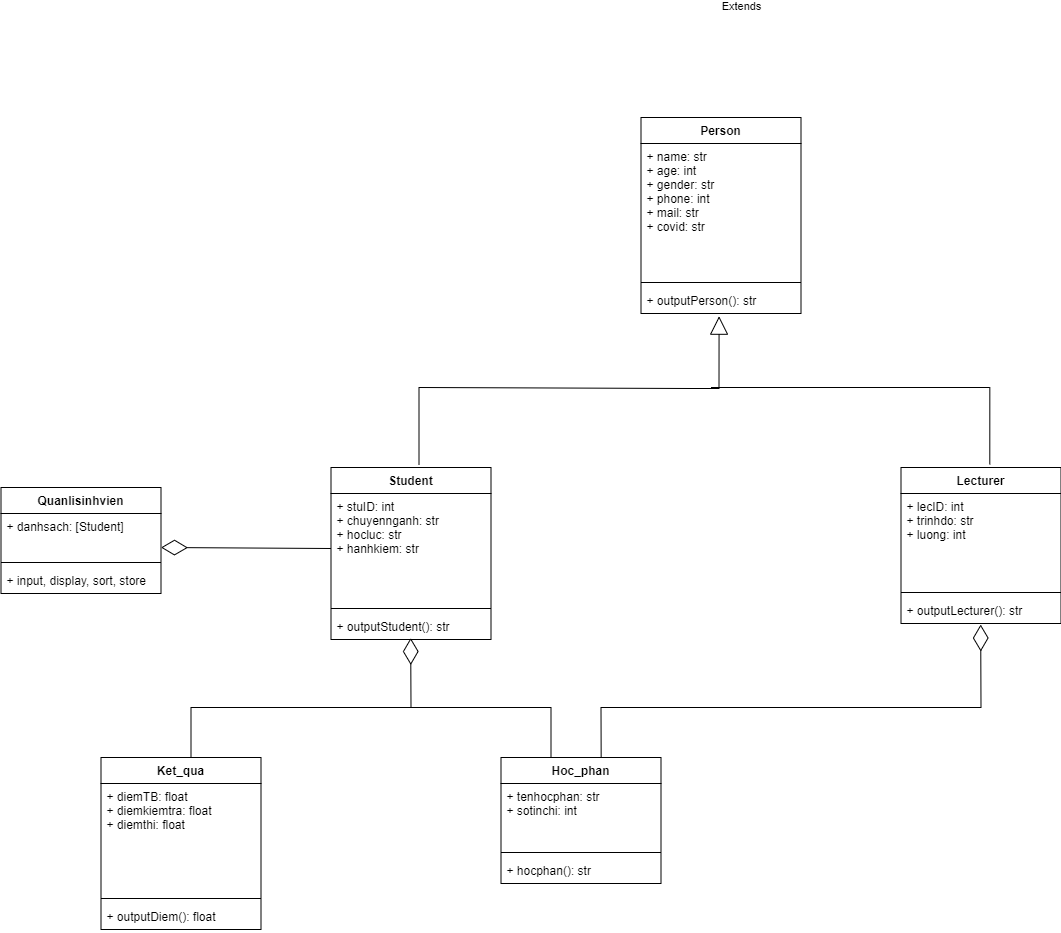
This is UML đồ án.drawio.png from hoangnuthuphuong/PYTHON_1, a draw.io export, as it was before one commit. Source tidied: cells renumbered, new cells last; positions are measured from the earlier drawing's top-left corner, leaving out a move shared by most shapes.
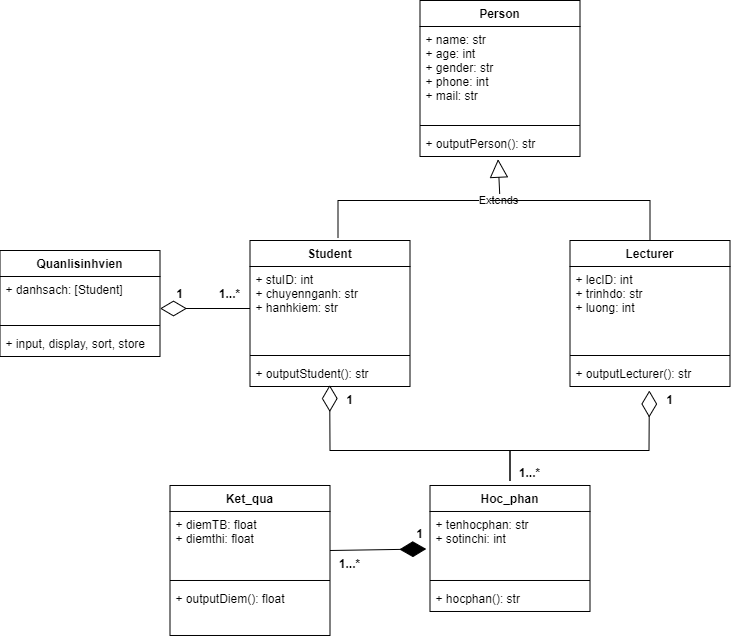
After the commit.

What changed in the source:
```diff
@@ -3,85 +3,69 @@
     <mxCell id="0" style="html=1;" />
     <mxCell id="1" style="html=1;" parent="0" />
     <mxCell id="2" value="Student" style="swimlane;fontStyle=1;align=center;verticalAlign=top;horizontal=1;startSize=26;" parent="1" vertex="1">
-      <mxGeometry x="330" y="350" width="160" height="172" as="geometry" />
+      <mxGeometry x="440" y="330" width="160" height="146" as="geometry" />
     </mxCell>
-    <mxCell id="3" value="+ stuID: int&#10;+ chuyennganh: str&#10;+ hocluc: str&#10;+ hanhkiem: str&#10;" style="text;strokeColor=none;fillColor=none;align=left;verticalAlign=top;spacingLeft=4;spacingRight=4;overflow=hidden;points=[[0,0.5],[1,0.5]];portConstraint=eastwest;" parent="2" vertex="1">
-      <mxGeometry y="26" width="160" height="110" as="geometry" />
+    <mxCell id="3" value="+ stuID: int&#10;+ chuyennganh: str&#10;+ hanhkiem: str" style="text;strokeColor=none;fillColor=none;align=left;verticalAlign=top;spacingLeft=4;spacingRight=4;overflow=hidden;points=[[0,0.5],[1,0.5]];portConstraint=eastwest;" parent="2" vertex="1">
+      <mxGeometry y="26" width="160" height="84" as="geometry" />
     </mxCell>
     <mxCell id="4" style="line;strokeWidth=1;fillColor=none;align=left;verticalAlign=middle;spacingTop=-1;spacingLeft=3;spacingRight=3;labelPosition=right;" parent="2" vertex="1">
-      <mxGeometry y="136" width="160" height="10" as="geometry" />
+      <mxGeometry y="110" width="160" height="10" as="geometry" />
     </mxCell>
     <mxCell id="5" value="+ outputStudent(): str" style="text;strokeColor=none;fillColor=none;align=left;verticalAlign=top;spacingLeft=4;spacingRight=4;overflow=hidden;points=[[0,0.5],[1,0.5]];portConstraint=eastwest;" parent="2" vertex="1">
-      <mxGeometry y="146" width="160" height="26" as="geometry" />
+      <mxGeometry y="120" width="160" height="26" as="geometry" />
     </mxCell>
     <mxCell id="6" value="Lecturer" style="swimlane;fontStyle=1;align=center;verticalAlign=top;horizontal=1;startSize=26;" parent="1" vertex="1">
-      <mxGeometry x="900" y="350" width="160" height="156" as="geometry" />
+      <mxGeometry x="760" y="330" width="160" height="146" as="geometry" />
     </mxCell>
     <mxCell id="7" value="+ lecID: int&#10;+ trinhdo: str&#10;+ luong: int&#10;" style="text;strokeColor=none;fillColor=none;align=left;verticalAlign=top;spacingLeft=4;spacingRight=4;overflow=hidden;" parent="6" vertex="1">
-      <mxGeometry y="26" width="160" height="94" as="geometry" />
+      <mxGeometry y="26" width="160" height="84" as="geometry" />
     </mxCell>
     <mxCell id="8" style="line;strokeWidth=1;fillColor=none;align=left;verticalAlign=middle;spacingTop=-1;spacingLeft=3;spacingRight=3;labelPosition=right;" parent="6" vertex="1">
-      <mxGeometry y="120" width="160" height="10" as="geometry" />
+      <mxGeometry y="110" width="160" height="10" as="geometry" />
     </mxCell>
     <mxCell id="9" value="+ outputLecturer(): str" style="text;strokeColor=none;fillColor=none;align=left;verticalAlign=top;spacingLeft=4;spacingRight=4;overflow=hidden;points=[[0,0.5],[1,0.5]];portConstraint=eastwest;" parent="6" vertex="1">
-      <mxGeometry y="130" width="160" height="26" as="geometry" />
+      <mxGeometry y="120" width="160" height="26" as="geometry" />
     </mxCell>
     <mxCell id="10" value="Person" style="swimlane;fontStyle=1;align=center;verticalAlign=top;horizontal=1;startSize=26;" parent="1" vertex="1">
-      <mxGeometry x="640" width="160" height="196" as="geometry" />
+      <mxGeometry x="610" y="90" width="160" height="156" as="geometry" />
     </mxCell>
-    <mxCell id="11" value="+ name: str&#10;+ age: int&#10;+ gender: str&#10;+ phone: int&#10;+ mail: str&#10;+ covid: str&#10;" style="text;strokeColor=none;fillColor=none;align=left;verticalAlign=top;spacingLeft=4;spacingRight=4;overflow=hidden;" parent="10" vertex="1">
-      <mxGeometry y="26" width="160" height="134" as="geometry" />
+    <mxCell id="11" value="+ name: str&#10;+ age: int&#10;+ gender: str&#10;+ phone: int&#10;+ mail: str&#10;" style="text;strokeColor=none;fillColor=none;align=left;verticalAlign=top;spacingLeft=4;spacingRight=4;overflow=hidden;" parent="10" vertex="1">
+      <mxGeometry y="26" width="160" height="94" as="geometry" />
     </mxCell>
     <mxCell id="12" style="line;strokeWidth=1;fillColor=none;align=left;verticalAlign=middle;spacingTop=-1;spacingLeft=3;spacingRight=3;labelPosition=right;" parent="10" vertex="1">
-      <mxGeometry y="160" width="160" height="10" as="geometry" />
+      <mxGeometry y="120" width="160" height="10" as="geometry" />
     </mxCell>
     <mxCell id="13" value="+ outputPerson(): str" style="text;strokeColor=none;fillColor=none;align=left;verticalAlign=top;spacingLeft=4;spacingRight=4;overflow=hidden;points=[[0,0.5],[1,0.5]];portConstraint=eastwest;" parent="10" vertex="1">
-      <mxGeometry y="170" width="160" height="26" as="geometry" />
+      <mxGeometry y="130" width="160" height="26" as="geometry" />
     </mxCell>
     <mxCell id="14" value="Extends" style="endArrow=block;endSize=16;endFill=0;html=1;rounded=0;entryX=0.488;entryY=1.103;entryDx=0;entryDy=0;entryPerimeter=0;exitX=0.55;exitY=-0.017;exitDx=0;exitDy=0;exitPerimeter=0;" parent="1" edge="1" source="2" target="13">
-      <mxGeometry x="1" y="-309" relative="1" as="geometry">
+      <mxGeometry x="0.64" relative="1" as="geometry">
         <Array as="points">
-          <mxPoint x="418" y="270" />
-          <mxPoint x="690" y="271" />
-          <mxPoint x="718" y="271" />
+          <mxPoint x="528" y="290" />
+          <mxPoint x="690" y="290" />
         </Array>
-        <mxPoint x="-287" y="-310" as="offset" />
       </mxGeometry>
     </mxCell>
-    <mxCell id="15" style="endArrow=none;html=1;edgeStyle=orthogonalEdgeStyle;rounded=0;entryX=0.555;entryY=-0.02;entryDx=0;entryDy=0;entryPerimeter=0;" parent="1" edge="1" target="6">
+    <mxCell id="15" style="endArrow=none;html=1;edgeStyle=orthogonalEdgeStyle;rounded=0;entryX=0.5;entryY=0;entryDx=0;entryDy=0;" parent="1" edge="1" target="6">
       <mxGeometry relative="1" as="geometry">
-        <mxPoint x="710" y="270" as="sourcePoint" />
+        <mxPoint x="680" y="290" as="sourcePoint" />
+        <Array as="points">
+          <mxPoint x="840" y="290" />
+        </Array>
       </mxGeometry>
     </mxCell>
-    <mxCell id="16" style="endArrow=none;html=1;rounded=0;" parent="1" edge="1">
-      <mxGeometry relative="1" as="geometry">
-        <mxPoint x="190" y="640" as="sourcePoint" />
-        <mxPoint x="410" y="590" as="targetPoint" />
-        <Array as="points">
-          <mxPoint x="190" y="590" />
-        </Array>
-      </mxGeometry>
-    </mxCell>
     <mxCell id="17" style="endArrow=diamondThin;endFill=0;endSize=24;html=1;rounded=0;entryX=0.498;entryY=0.943;entryDx=0;entryDy=0;entryPerimeter=0;" parent="1" edge="1" target="5">
       <mxGeometry relative="1" as="geometry">
-        <mxPoint x="550" y="640" as="sourcePoint" />
+        <mxPoint x="700" y="570" as="sourcePoint" />
         <Array as="points">
-          <mxPoint x="550" y="590" />
-          <mxPoint x="410" y="590" />
+          <mxPoint x="700" y="570" />
+          <mxPoint x="700" y="540" />
+          <mxPoint x="520" y="540" />
         </Array>
       </mxGeometry>
     </mxCell>
-    <mxCell id="18" style="endArrow=diamondThin;endFill=0;endSize=24;html=1;rounded=0;entryX=0.498;entryY=1.039;entryDx=0;entryDy=0;entryPerimeter=0;exitX=0.626;exitY=0.006;exitDx=0;exitDy=0;exitPerimeter=0;" parent="1" edge="1" source="19" target="9">
-      <mxGeometry relative="1" as="geometry">
-        <Array as="points">
-          <mxPoint x="600" y="590" />
-          <mxPoint x="860" y="590" />
-          <mxPoint x="980" y="590" />
-        </Array>
-      </mxGeometry>
-    </mxCell>
     <mxCell id="19" value="Hoc_phan" style="swimlane;fontStyle=1;align=center;verticalAlign=top;horizontal=1;startSize=26;" parent="1" vertex="1">
-      <mxGeometry x="500" y="640" width="160" height="126" as="geometry" />
+      <mxGeometry x="620" y="575" width="160" height="126" as="geometry" />
     </mxCell>
     <mxCell id="20" value="+ tenhocphan: str&#10;+ sotinchi: int" style="text;strokeColor=none;fillColor=none;align=left;verticalAlign=top;spacingLeft=4;spacingRight=4;overflow=hidden;points=[[0,0.5],[1,0.5]];portConstraint=eastwest;" parent="19" vertex="1">
       <mxGeometry y="26" width="160" height="64" as="geometry" />
@@ -93,7 +77,7 @@
       <mxGeometry y="100" width="160" height="26" as="geometry" />
     </mxCell>
     <mxCell id="23" value="Quanlisinhvien" style="swimlane;fontStyle=1;align=center;verticalAlign=top;horizontal=1;startSize=26;" parent="1" vertex="1">
-      <mxGeometry y="370" width="160" height="106" as="geometry" />
+      <mxGeometry x="190" y="340" width="160" height="106" as="geometry" />
     </mxCell>
     <mxCell id="24" value="+ danhsach: [Student]" style="text;strokeColor=none;fillColor=none;align=left;verticalAlign=top;spacingLeft=4;spacingRight=4;overflow=hidden;" parent="23" vertex="1">
       <mxGeometry y="26" width="160" height="44" as="geometry" />
@@ -106,20 +90,55 @@
     </mxCell>
     <mxCell id="27" style="endArrow=diamondThin;endFill=0;endSize=24;html=1;rounded=0;exitX=0;exitY=0.5;exitDx=0;exitDy=0;" parent="1" edge="1" source="3">
       <mxGeometry relative="1" as="geometry">
-        <mxPoint x="160" y="430" as="targetPoint" />
+        <mxPoint x="350" y="398" as="targetPoint" />
       </mxGeometry>
     </mxCell>
     <mxCell id="28" value="Ket_qua" style="swimlane;fontStyle=1;align=center;verticalAlign=top;horizontal=1;startSize=26;" parent="1" vertex="1">
-      <mxGeometry x="100" y="640" width="160" height="172" as="geometry" />
+      <mxGeometry x="360" y="575" width="160" height="150" as="geometry" />
     </mxCell>
-    <mxCell id="29" value="+ diemTB: float&#10;+ diemkiemtra: float&#10;+ diemthi: float" style="text;strokeColor=none;fillColor=none;align=left;verticalAlign=top;spacingLeft=4;spacingRight=4;overflow=hidden;" parent="28" vertex="1">
-      <mxGeometry y="26" width="160" height="110" as="geometry" />
+    <mxCell id="29" value="+ diemTB: float&#10;+ diemthi: float&#10;" style="text;strokeColor=none;fillColor=none;align=left;verticalAlign=top;spacingLeft=4;spacingRight=4;overflow=hidden;" parent="28" vertex="1">
+      <mxGeometry y="26" width="160" height="64" as="geometry" />
     </mxCell>
     <mxCell id="30" style="line;strokeWidth=1;fillColor=none;align=left;verticalAlign=middle;spacingTop=-1;spacingLeft=3;spacingRight=3;labelPosition=right;" parent="28" vertex="1">
-      <mxGeometry y="136" width="160" height="10" as="geometry" />
+      <mxGeometry y="90" width="160" height="10" as="geometry" />
     </mxCell>
     <mxCell id="31" value="+ outputDiem(): float" style="text;strokeColor=none;fillColor=none;align=left;verticalAlign=top;spacingLeft=4;spacingRight=4;overflow=hidden;" parent="28" vertex="1">
-      <mxGeometry y="146" width="160" height="26" as="geometry" />
+      <mxGeometry y="100" width="160" height="50" as="geometry" />
     </mxCell>
+    <mxCell id="32" style="endArrow=diamondThin;endFill=0;endSize=24;html=1;rounded=0;entryX=0.496;entryY=1.154;entryDx=0;entryDy=0;entryPerimeter=0;" parent="1" edge="1" target="9">
+      <mxGeometry relative="1" as="geometry">
+        <mxPoint x="700" y="570" as="sourcePoint" />
+        <Array as="points">
+          <mxPoint x="700" y="540" />
+          <mxPoint x="839" y="540" />
+        </Array>
+      </mxGeometry>
+    </mxCell>
+    <mxCell id="33" style="endArrow=diamondThin;endFill=1;endSize=24;html=1;rounded=0;entryX=-0.023;entryY=0.586;entryDx=0;entryDy=0;entryPerimeter=0;" parent="1" edge="1" target="20">
+      <mxGeometry relative="1" as="geometry">
+        <mxPoint x="520" y="640" as="sourcePoint" />
+      </mxGeometry>
+    </mxCell>
+    <mxCell id="34" value="1" style="text;align=center;fontStyle=1;verticalAlign=middle;spacingLeft=3;spacingRight=3;strokeColor=none;" parent="1" vertex="1">
+      <mxGeometry x="500" y="476" width="80" height="26" as="geometry" />
+    </mxCell>
+    <mxCell id="35" value="1" style="text;align=center;fontStyle=1;verticalAlign=middle;spacingLeft=3;spacingRight=3;strokeColor=none;" parent="1" vertex="1">
+      <mxGeometry x="330" y="370" width="80" height="26" as="geometry" />
+    </mxCell>
+    <mxCell id="36" value="1" style="text;align=center;fontStyle=1;verticalAlign=middle;spacingLeft=3;spacingRight=3;strokeColor=none;" parent="1" vertex="1">
+      <mxGeometry x="820" y="476" width="80" height="26" as="geometry" />
+    </mxCell>
+    <mxCell id="37" value="1" style="text;align=center;fontStyle=1;verticalAlign=middle;spacingLeft=3;spacingRight=3;strokeColor=none;" parent="1" vertex="1">
+      <mxGeometry x="570" y="610" width="80" height="26" as="geometry" />
+    </mxCell>
+    <mxCell id="38" value="1...*" style="text;align=center;fontStyle=1;verticalAlign=middle;spacingLeft=3;spacingRight=3;strokeColor=none;" parent="1" vertex="1">
+      <mxGeometry x="500" y="640" width="80" height="26" as="geometry" />
+    </mxCell>
+    <mxCell id="39" value="1...*" style="text;align=center;fontStyle=1;verticalAlign=middle;spacingLeft=3;spacingRight=3;strokeColor=none;" parent="1" vertex="1">
+      <mxGeometry x="680" y="549" width="80" height="26" as="geometry" />
+    </mxCell>
+    <mxCell id="40" value="1...*" style="text;align=center;fontStyle=1;verticalAlign=middle;spacingLeft=3;spacingRight=3;strokeColor=none;" parent="1" vertex="1">
+      <mxGeometry x="380" y="370" width="80" height="26" as="geometry" />
+    </mxCell>
   </root>
 </mxGraphModel>
```
